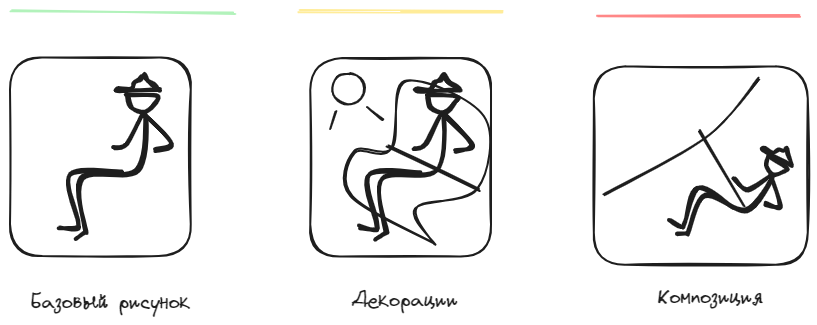
NMashalov/EducationGenerativeModelApplication keeps this Excalidraw diagram as diplom/assets/work/games/difficulty.excalidraw.png. Above is the earlier version. Source tidied: one line per element, renumbered; positions are measured from the earlier drawing's top-left corner, leaving out a move shared by most shapes. The source it was exported from:
```json
{"id": 0, "type": "line", "strokeColor": "#1e1e1e", "strokeWidth": 2, "roughness": 1, "round": true, "x": 425, "y": 233, "width": 132, "height": 162, "points": [[0, 0], [-19, -36], [42, -55], [48, -127], [-30, -162], [-43, -95], [-81, -92], [-84, -48], [0, 0]]}
{"id": 1, "type": "line", "strokeColor": "#1e1e1e", "strokeWidth": 4, "roughness": 1, "round": true, "x": 77, "y": 222, "width": 62, "height": 118, "points": [[0, 0], [-5, -54], [50, -63], [57, -118], [40, -88], [27, -84]]}
{"id": 2, "type": "line", "strokeColor": "#1e1e1e", "strokeWidth": 4, "roughness": 1, "round": true, "x": 118, "y": 84, "width": 28, "height": 18, "points": [[0, 0], [4, 12], [17, 18], [27, 8], [28, 1], [0, 0]]}
{"id": 3, "type": "line", "strokeColor": "#1e1e1e", "strokeWidth": 4, "roughness": 1, "round": true, "x": 149, "y": 80, "width": 41, "height": 17, "points": [[0, 0], [-40, 1], [-41, -2], [-29, -1], [-25, -9], [-19, -11], [-16, -16], [-12, -10], [-5, -5], [0, 0]]}
{"id": 4, "type": "line", "strokeColor": "#1e1e1e", "strokeWidth": 4, "roughness": 1, "round": true, "x": 111, "y": 162, "width": 62, "height": 56, "points": [[0, 0], [-52, 2], [-44, 48], [-45, 56], [-62, 54]]}
{"id": 5, "type": "line", "strokeColor": "#1e1e1e", "strokeWidth": 4, "roughness": 1, "round": true, "x": 75, "y": 222, "width": 10, "height": 7, "points": [[0, 0], [-10, 7]]}
{"id": 6, "type": "line", "strokeColor": "#1e1e1e", "strokeWidth": 4, "roughness": 1, "round": true, "x": 134, "y": 104, "width": 28, "height": 36, "points": [[0, 0], [28, 29], [11, 36]]}
{"id": 7, "type": "rectangle", "strokeColor": "#1e1e1e", "strokeWidth": 2, "roughness": 1, "round": true, "x": 0, "y": 47, "width": 181, "height": 198}
{"id": 8, "type": "text", "text": "Базовый рисунок", "strokeColor": "#1e1e1e", "strokeWidth": 2, "roughness": 1, "fontSize": 20, "fontFamily": 1, "x": 21, "y": 280, "width": 159, "height": 25}
{"id": 9, "type": "line", "strokeColor": "#1e1e1e", "strokeWidth": 4, "roughness": 1, "round": true, "x": 377, "y": 223, "width": 62, "height": 118, "points": [[0, 0], [-5, -54], [50, -63], [57, -118], [40, -88], [27, -84]]}
{"id": 10, "type": "line", "strokeColor": "#1e1e1e", "strokeWidth": 4, "roughness": 1, "round": true, "x": 418, "y": 85, "width": 28, "height": 18, "points": [[0, 0], [4, 12], [17, 18], [27, 8], [28, 1], [0, 0]]}
{"id": 11, "type": "line", "strokeColor": "#1e1e1e", "strokeWidth": 4, "roughness": 1, "round": true, "x": 449, "y": 80, "width": 41, "height": 17, "points": [[0, 0], [-40, 1], [-41, -2], [-29, -1], [-25, -9], [-19, -11], [-16, -16], [-12, -10], [-5, -5], [0, 0]]}
{"id": 12, "type": "line", "strokeColor": "#1e1e1e", "strokeWidth": 4, "roughness": 1, "round": true, "x": 412, "y": 163, "width": 62, "height": 56, "points": [[0, 0], [-52, 2], [-44, 48], [-45, 56], [-62, 54]]}
{"id": 13, "type": "line", "strokeColor": "#1e1e1e", "strokeWidth": 4, "roughness": 1, "round": true, "x": 376, "y": 222, "width": 10, "height": 7, "points": [[0, 0], [-10, 7]]}
{"id": 14, "type": "line", "strokeColor": "#1e1e1e", "strokeWidth": 4, "roughness": 1, "round": true, "x": 434, "y": 105, "width": 28, "height": 36, "points": [[0, 0], [28, 29], [11, 36]]}
{"id": 15, "type": "rectangle", "strokeColor": "#1e1e1e", "strokeWidth": 2, "roughness": 1, "round": true, "x": 300, "y": 48, "width": 181, "height": 198}
{"id": 16, "type": "text", "text": "Декорации", "strokeColor": "#1e1e1e", "strokeWidth": 2, "roughness": 1, "fontSize": 20, "fontFamily": 1, "x": 341, "y": 277, "width": 106, "height": 25}
{"id": 17, "type": "line", "strokeColor": "#1e1e1e", "strokeWidth": 2, "roughness": 1, "round": true, "x": 377, "y": 136, "width": 92, "height": 44, "points": [[0, 0], [92, 44]]}
{"id": 18, "type": "ellipse", "strokeColor": "#1e1e1e", "strokeWidth": 2, "roughness": 1, "round": true, "x": 322, "y": 63, "width": 32, "height": 31}
{"id": 19, "type": "line", "strokeColor": "#1e1e1e", "strokeWidth": 2, "roughness": 1, "round": true, "x": 326, "y": 101, "width": 5, "height": 17, "points": [[0, 0], [-5, 17]]}
{"id": 20, "type": "line", "strokeColor": "#1e1e1e", "strokeWidth": 2, "roughness": 1, "round": true, "x": 357, "y": 97, "width": 16, "height": 12, "points": [[0, 0], [16, 12]]}
{"id": 21, "type": "line", "strokeColor": "#1e1e1e", "angle": 0.52, "strokeWidth": 4, "roughness": 1, "round": true, "x": 697, "y": 240, "width": 49, "height": 93, "points": [[0, 0], [-4, -42], [40, -49], [45, -93], [31, -69], [13, -72]]}
{"id": 22, "type": "line", "strokeColor": "#1e1e1e", "angle": 0.52, "strokeWidth": 4, "roughness": 1, "round": true, "x": 753, "y": 150, "width": 22, "height": 14, "points": [[0, 0], [3, 10], [13, 14], [21, 6], [22, 1], [0, 0]]}
{"id": 23, "type": "line", "strokeColor": "#1e1e1e", "angle": 0.52, "strokeWidth": 4, "roughness": 1, "round": true, "x": 787, "y": 147, "width": 32, "height": 13, "points": [[0, 0], [-31, 1], [-32, -1], [-23, -1], [-19, -7], [-15, -9], [-12, -12], [-9, -8], [-4, -4], [0, 0]]}
{"id": 24, "type": "line", "strokeColor": "#1e1e1e", "angle": 0.52, "strokeWidth": 4, "roughness": 1, "round": true, "x": 717, "y": 181, "width": 49, "height": 44, "points": [[0, 0], [-41, 1], [-34, 38], [-35, 44], [-49, 42]]}
{"id": 25, "type": "line", "strokeColor": "#1e1e1e", "angle": 0.52, "strokeWidth": 4, "roughness": 1, "round": true, "x": 676, "y": 221, "width": 8, "height": 5, "points": [[0, 0], [-8, 5]]}
{"id": 26, "type": "line", "strokeColor": "#1e1e1e", "angle": 0.52, "strokeWidth": 4, "roughness": 1, "round": true, "x": 753, "y": 169, "width": 22, "height": 28, "points": [[0, 0], [22, 22], [9, 28]]}
{"id": 27, "type": "rectangle", "strokeColor": "#1e1e1e", "strokeWidth": 2, "roughness": 1, "round": true, "x": 584, "y": 56, "width": 214, "height": 198}
{"id": 28, "type": "text", "text": "Композиция", "strokeColor": "#1e1e1e", "strokeWidth": 2, "roughness": 1, "fontSize": 20, "fontFamily": 1, "x": 647, "y": 275, "width": 106, "height": 25}
{"id": 29, "type": "line", "strokeColor": "#1e1e1e", "strokeWidth": 2, "roughness": 1, "round": true, "x": 733, "y": 195, "width": 44, "height": 75, "points": [[0, 0], [-44, -75]]}
{"id": 30, "type": "line", "strokeColor": "#1e1e1e", "strokeWidth": 2, "roughness": 1, "round": true, "x": 594, "y": 184, "width": 155, "height": 116, "points": [[0, 0], [102, -58], [155, -116]]}
{"id": 31, "type": "line", "strokeColor": "#b2f2bb", "strokeWidth": 2, "roughness": 1, "round": true, "x": 2, "y": 1, "width": 223, "height": 2, "points": [[0, 0], [223, 2]]}
{"id": 32, "type": "line", "strokeColor": "#ffec99", "strokeWidth": 2, "roughness": 1, "round": true, "x": 289, "y": 0, "width": 202, "height": 1, "points": [[0, 0], [202, 1]]}
{"id": 33, "type": "line", "strokeColor": "#ff8787", "strokeWidth": 2, "roughness": 1, "round": true, "x": 587, "y": 5, "width": 202, "height": 1, "points": [[0, 0], [202, 1]]}
```
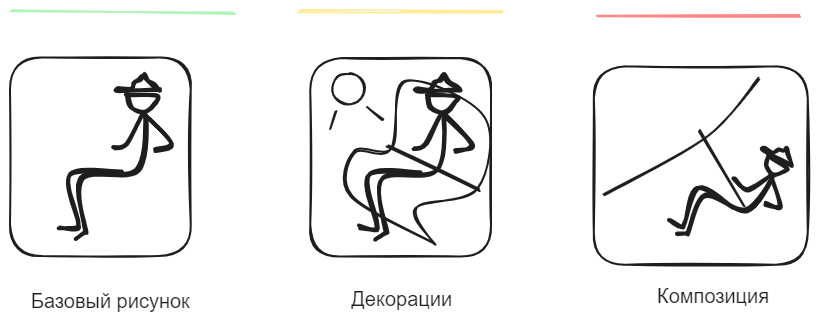
Above is the later version.

Change to the diagram source:
```diff
@@ -6,7 +6,7 @@
 {"id": 5, "type": "line", "strokeColor": "#1e1e1e", "strokeWidth": 4, "roughness": 1, "round": true, "x": 75, "y": 222, "width": 10, "height": 7, "points": [[0, 0], [-10, 7]]}
 {"id": 6, "type": "line", "strokeColor": "#1e1e1e", "strokeWidth": 4, "roughness": 1, "round": true, "x": 134, "y": 104, "width": 28, "height": 36, "points": [[0, 0], [28, 29], [11, 36]]}
 {"id": 7, "type": "rectangle", "strokeColor": "#1e1e1e", "strokeWidth": 2, "roughness": 1, "round": true, "x": 0, "y": 47, "width": 181, "height": 198}
-{"id": 8, "type": "text", "text": "Базовый рисунок", "strokeColor": "#1e1e1e", "strokeWidth": 2, "roughness": 1, "fontSize": 20, "fontFamily": 1, "x": 21, "y": 280, "width": 159, "height": 25}
+{"id": 8, "type": "text", "text": "Базовый рисунок", "strokeColor": "#1e1e1e", "strokeWidth": 2, "roughness": 1, "fontSize": 20, "fontFamily": 2, "x": 21, "y": 280, "width": 159, "height": 23}
 {"id": 9, "type": "line", "strokeColor": "#1e1e1e", "strokeWidth": 4, "roughness": 1, "round": true, "x": 377, "y": 223, "width": 62, "height": 118, "points": [[0, 0], [-5, -54], [50, -63], [57, -118], [40, -88], [27, -84]]}
 {"id": 10, "type": "line", "strokeColor": "#1e1e1e", "strokeWidth": 4, "roughness": 1, "round": true, "x": 418, "y": 85, "width": 28, "height": 18, "points": [[0, 0], [4, 12], [17, 18], [27, 8], [28, 1], [0, 0]]}
 {"id": 11, "type": "line", "strokeColor": "#1e1e1e", "strokeWidth": 4, "roughness": 1, "round": true, "x": 449, "y": 80, "width": 41, "height": 17, "points": [[0, 0], [-40, 1], [-41, -2], [-29, -1], [-25, -9], [-19, -11], [-16, -16], [-12, -10], [-5, -5], [0, 0]]}
@@ -14,7 +14,7 @@
 {"id": 13, "type": "line", "strokeColor": "#1e1e1e", "strokeWidth": 4, "roughness": 1, "round": true, "x": 376, "y": 222, "width": 10, "height": 7, "points": [[0, 0], [-10, 7]]}
 {"id": 14, "type": "line", "strokeColor": "#1e1e1e", "strokeWidth": 4, "roughness": 1, "round": true, "x": 434, "y": 105, "width": 28, "height": 36, "points": [[0, 0], [28, 29], [11, 36]]}
 {"id": 15, "type": "rectangle", "strokeColor": "#1e1e1e", "strokeWidth": 2, "roughness": 1, "round": true, "x": 300, "y": 48, "width": 181, "height": 198}
-{"id": 16, "type": "text", "text": "Декорации", "strokeColor": "#1e1e1e", "strokeWidth": 2, "roughness": 1, "fontSize": 20, "fontFamily": 1, "x": 341, "y": 277, "width": 106, "height": 25}
+{"id": 16, "type": "text", "text": "Декорации", "strokeColor": "#1e1e1e", "strokeWidth": 2, "roughness": 1, "fontSize": 20, "fontFamily": 2, "textAlign": "center", "x": 341, "y": 277, "width": 101, "height": 23}
 {"id": 17, "type": "line", "strokeColor": "#1e1e1e", "strokeWidth": 2, "roughness": 1, "round": true, "x": 377, "y": 136, "width": 92, "height": 44, "points": [[0, 0], [92, 44]]}
 {"id": 18, "type": "ellipse", "strokeColor": "#1e1e1e", "strokeWidth": 2, "roughness": 1, "round": true, "x": 322, "y": 63, "width": 32, "height": 31}
 {"id": 19, "type": "line", "strokeColor": "#1e1e1e", "strokeWidth": 2, "roughness": 1, "round": true, "x": 326, "y": 101, "width": 5, "height": 17, "points": [[0, 0], [-5, 17]]}
@@ -26,7 +26,7 @@
 {"id": 25, "type": "line", "strokeColor": "#1e1e1e", "angle": 0.52, "strokeWidth": 4, "roughness": 1, "round": true, "x": 676, "y": 221, "width": 8, "height": 5, "points": [[0, 0], [-8, 5]]}
 {"id": 26, "type": "line", "strokeColor": "#1e1e1e", "angle": 0.52, "strokeWidth": 4, "roughness": 1, "round": true, "x": 753, "y": 169, "width": 22, "height": 28, "points": [[0, 0], [22, 22], [9, 28]]}
 {"id": 27, "type": "rectangle", "strokeColor": "#1e1e1e", "strokeWidth": 2, "roughness": 1, "round": true, "x": 584, "y": 56, "width": 214, "height": 198}
-{"id": 28, "type": "text", "text": "Композиция", "strokeColor": "#1e1e1e", "strokeWidth": 2, "roughness": 1, "fontSize": 20, "fontFamily": 1, "x": 647, "y": 275, "width": 106, "height": 25}
+{"id": 28, "type": "text", "text": "Композиция", "strokeColor": "#1e1e1e", "strokeWidth": 2, "roughness": 1, "fontSize": 20, "fontFamily": 2, "x": 647, "y": 275, "width": 112, "height": 23}
 {"id": 29, "type": "line", "strokeColor": "#1e1e1e", "strokeWidth": 2, "roughness": 1, "round": true, "x": 733, "y": 195, "width": 44, "height": 75, "points": [[0, 0], [-44, -75]]}
 {"id": 30, "type": "line", "strokeColor": "#1e1e1e", "strokeWidth": 2, "roughness": 1, "round": true, "x": 594, "y": 184, "width": 155, "height": 116, "points": [[0, 0], [102, -58], [155, -116]]}
 {"id": 31, "type": "line", "strokeColor": "#b2f2bb", "strokeWidth": 2, "roughness": 1, "round": true, "x": 2, "y": 1, "width": 223, "height": 2, "points": [[0, 0], [223, 2]]}
```
